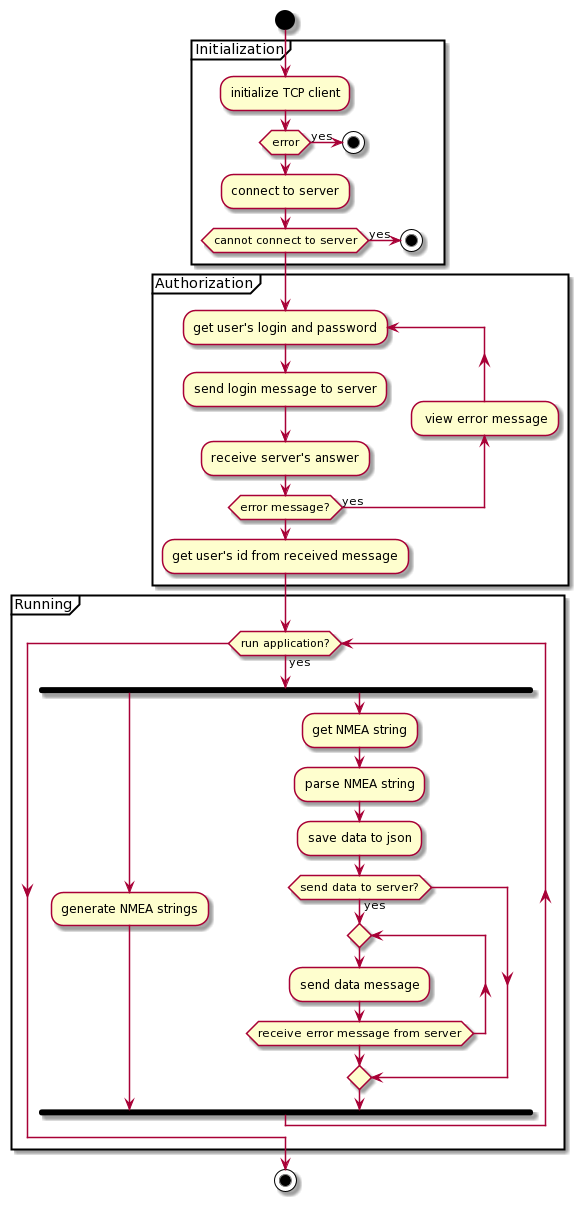
Before: docs/activityDiagram_client.png, a diagram exported from PlantUML (andanil/DSR_Practice).
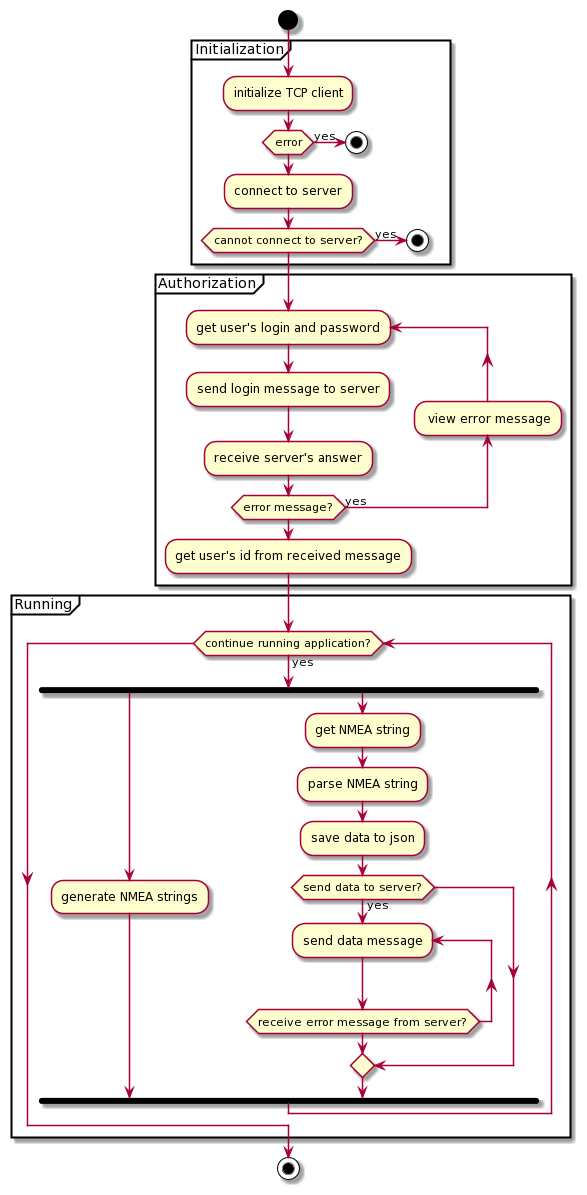
Above is the later version.

Change to the diagram source:
```diff
@@ -6,7 +6,7 @@
     stop
   endif
   :connect to server;
-  if(cannot connect to server) then(yes)
+  if(cannot connect to server?) then(yes)
     stop
   endif
 }
@@ -21,7 +21,7 @@
 }
 
 partition Running {
-while(run application?) is(yes)
+while(continue running application?) is(yes)
   fork
     :generate NMEA strings;
   fork again
@@ -29,9 +29,8 @@
     :parse NMEA string;
     :save data to json;
     if(send data to server?) then(yes)
-      repeat
-        :send data message;
-      repeat while (receive error message from server)
+      repeat:send data message;
+      repeat while (receive error message from server?)
     endif
   end fork
 endwhile
```
